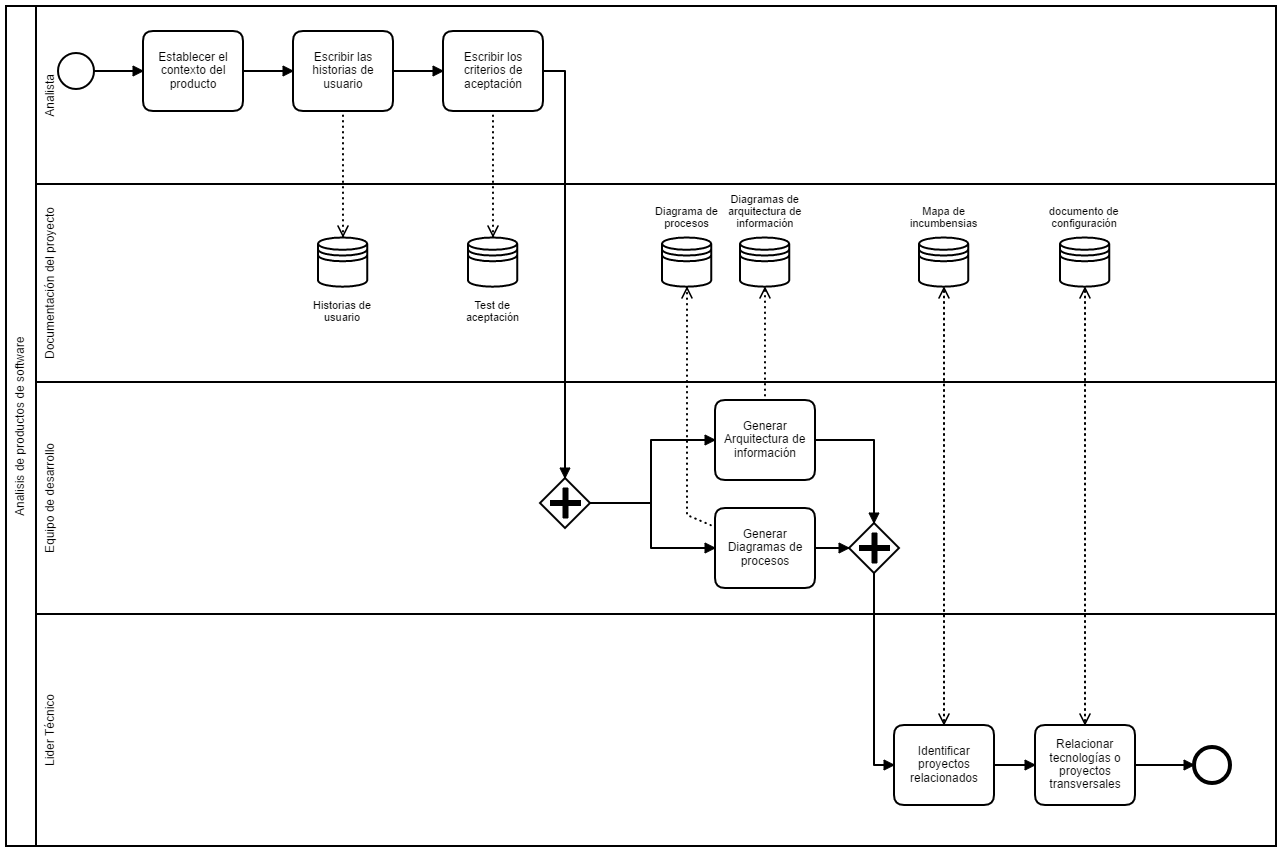
The BPMN diagram procedimientos/imagenes/analisis.png in udistrital/arquitectura_docs, before a commit. Its source is kept beside it as procedimientos/imagenes/analisis.bpmn. Ids are renumbered.
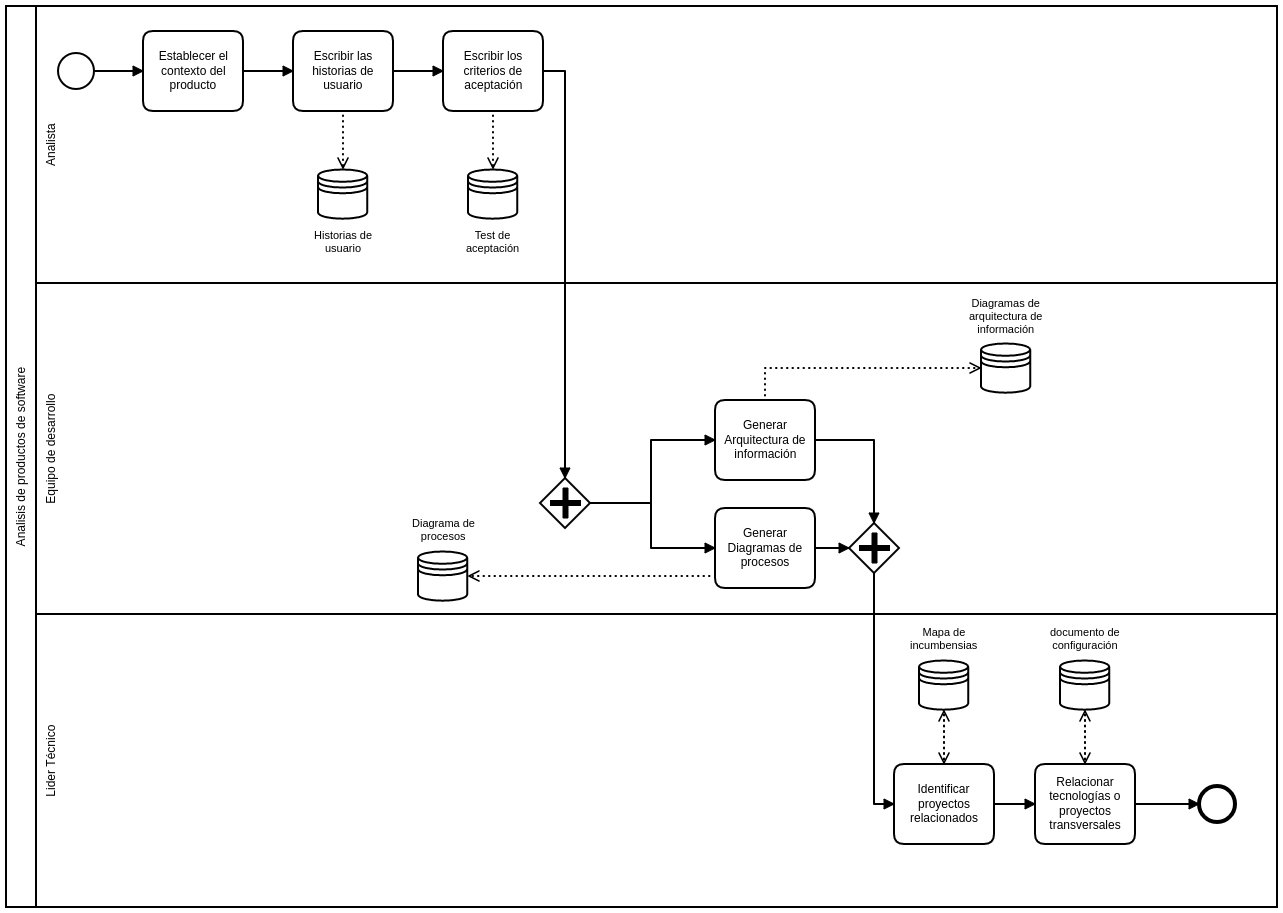
Later version of the same file.

Commit message:
actualizaciòn de la documentación de los procesos

The edit, as a diff of the source:
```diff
@@ -1,4 +1,4 @@
-<bpmn:definitions xmlns:bpmn="http://www.omg.org/spec/BPMN/20100524/MODEL" xmlns:bpmndi="http://www.omg.org/spec/BPMN/20100524/DI" xmlns:di="http://www.omg.org/spec/DD/20100524/DI" xmlns:dc="http://www.omg.org/spec/DD/20100524/DC" xmlns:camunda="http://camunda.org/schema/1.0/bpmn" id="Definitions_n1" targetNamespace="http://bpmn.io/schema/bpmn" exporter="Camunda Modeler" exporterVersion="1.14.0">
+<bpmn:definitions xmlns:bpmn="http://www.omg.org/spec/BPMN/20100524/MODEL" xmlns:bpmndi="http://www.omg.org/spec/BPMN/20100524/DI" xmlns:di="http://www.omg.org/spec/DD/20100524/DI" xmlns:dc="http://www.omg.org/spec/DD/20100524/DC" xmlns:camunda="http://camunda.org/schema/1.0/bpmn" id="Definitions_n1" targetNamespace="http://bpmn.io/schema/bpmn" exporter="Camunda Modeler" exporterVersion="1.16.2">
   <bpmn:collaboration id="Collaboration_n2">
     <bpmn:participant id="Participant_n3" name="Analisis de productos de software" processRef="Process_n4" />
   </bpmn:collaboration>
@@ -21,35 +21,7 @@
         <bpmn:flowNodeRef>Task_n17</bpmn:flowNodeRef>
         <bpmn:flowNodeRef>StartEvent_n18</bpmn:flowNodeRef>
       </bpmn:lane>
-      <bpmn:lane id="Lane_n19" name="Documentación del proyecto" />
     </bpmn:laneSet>
-    <bpmn:task id="Task_n11" name="Identificar proyectos relacionados">
-      <bpmn:incoming>SequenceFlow_n20</bpmn:incoming>
-      <bpmn:outgoing>SequenceFlow_n21</bpmn:outgoing>
-      <bpmn:property id="Property_n22" name="__targetRef_placeholder" />
-      <bpmn:dataInputAssociation id="DataInputAssociation_n23">
-        <bpmn:sourceRef>DataStoreReference_n24</bpmn:sourceRef>
-        <bpmn:targetRef>Property_n22</bpmn:targetRef>
-      </bpmn:dataInputAssociation>
-      <bpmn:dataOutputAssociation id="DataOutputAssociation_n25">
-        <bpmn:targetRef>DataStoreReference_n24</bpmn:targetRef>
-      </bpmn:dataOutputAssociation>
-    </bpmn:task>
-    <bpmn:task id="Task_n12" name="Relacionar tecnologías o proyectos transversales">
-      <bpmn:incoming>SequenceFlow_n21</bpmn:incoming>
-      <bpmn:outgoing>SequenceFlow_n26</bpmn:outgoing>
-      <bpmn:property id="Property_n27" name="__targetRef_placeholder" />
-      <bpmn:dataInputAssociation id="DataInputAssociation_n28">
-        <bpmn:sourceRef>DataStoreReference_n29</bpmn:sourceRef>
-        <bpmn:targetRef>Property_n27</bpmn:targetRef>
-      </bpmn:dataInputAssociation>
-      <bpmn:dataOutputAssociation id="DataOutputAssociation_n30">
-        <bpmn:targetRef>DataStoreReference_n29</bpmn:targetRef>
-      </bpmn:dataOutputAssociation>
-    </bpmn:task>
-    <bpmn:endEvent id="EndEvent_n13">
-      <bpmn:incoming>SequenceFlow_n26</bpmn:incoming>
-    </bpmn:endEvent>
     <bpmn:task id="Task_n6" name="Generar Diagramas de procesos">
       <bpmn:extensionElements>
         <camunda:properties>
@@ -95,10 +67,6 @@
       <bpmn:outgoing>SequenceFlow_n38</bpmn:outgoing>
     </bpmn:startEvent>
     <bpmn:sequenceFlow id="SequenceFlow_n38" sourceRef="StartEvent_n18" targetRef="Task_n15" />
-    <bpmn:dataStoreReference id="DataStoreReference_n44" name="Test de aceptación" />
-    <bpmn:dataStoreReference id="DataStoreReference_n24" name="Mapa de incumbensias" />
-    <bpmn:dataStoreReference id="DataStoreReference_n29" name="documento de configuración" />
-    <bpmn:dataStoreReference id="DataStoreReference_n42" name="Historias de usuario" />
     <bpmn:parallelGateway id="ExclusiveGateway_n7">
       <bpmn:incoming>SequenceFlow_n35</bpmn:incoming>
       <bpmn:outgoing>SequenceFlow_n36</bpmn:outgoing>
@@ -111,41 +79,72 @@
         <bpmn:targetRef>DataStoreReference_n46</bpmn:targetRef>
       </bpmn:dataOutputAssociation>
     </bpmn:task>
-    <bpmn:dataStoreReference id="DataStoreReference_n34" name="Diagrama de procesos" />
-    <bpmn:dataStoreReference id="DataStoreReference_n46" name="Diagramas de arquitectura de información" />
     <bpmn:parallelGateway id="ExclusiveGateway_n9">
       <bpmn:incoming>SequenceFlow_n37</bpmn:incoming>
       <bpmn:incoming>SequenceFlow_n32</bpmn:incoming>
       <bpmn:outgoing>SequenceFlow_n20</bpmn:outgoing>
     </bpmn:parallelGateway>
+    <bpmn:dataStoreReference id="DataStoreReference_n34" name="Diagrama de procesos" />
+    <bpmn:dataStoreReference id="DataStoreReference_n44" name="Test de aceptación" />
+    <bpmn:dataStoreReference id="DataStoreReference_n42" name="Historias de usuario" />
+    <bpmn:dataStoreReference id="DataStoreReference_n46" name="Diagramas de arquitectura de información" />
+    <bpmn:task id="Task_n11" name="Identificar proyectos relacionados">
+      <bpmn:incoming>SequenceFlow_n20</bpmn:incoming>
+      <bpmn:outgoing>SequenceFlow_n21</bpmn:outgoing>
+      <bpmn:property id="Property_n22" name="__targetRef_placeholder" />
+      <bpmn:dataInputAssociation id="DataInputAssociation_n23">
+        <bpmn:sourceRef>DataStoreReference_n24</bpmn:sourceRef>
+        <bpmn:targetRef>Property_n22</bpmn:targetRef>
+      </bpmn:dataInputAssociation>
+      <bpmn:dataOutputAssociation id="DataOutputAssociation_n25">
+        <bpmn:targetRef>DataStoreReference_n24</bpmn:targetRef>
+      </bpmn:dataOutputAssociation>
+    </bpmn:task>
+    <bpmn:task id="Task_n12" name="Relacionar tecnologías o proyectos transversales">
+      <bpmn:incoming>SequenceFlow_n21</bpmn:incoming>
+      <bpmn:outgoing>SequenceFlow_n26</bpmn:outgoing>
+      <bpmn:property id="Property_n27" name="__targetRef_placeholder" />
+      <bpmn:dataInputAssociation id="DataInputAssociation_n28">
+        <bpmn:sourceRef>DataStoreReference_n29</bpmn:sourceRef>
+        <bpmn:targetRef>Property_n27</bpmn:targetRef>
+      </bpmn:dataInputAssociation>
+      <bpmn:dataOutputAssociation id="DataOutputAssociation_n30">
+        <bpmn:targetRef>DataStoreReference_n29</bpmn:targetRef>
+      </bpmn:dataOutputAssociation>
+    </bpmn:task>
+    <bpmn:endEvent id="EndEvent_n13">
+      <bpmn:incoming>SequenceFlow_n26</bpmn:incoming>
+    </bpmn:endEvent>
+    <bpmn:dataStoreReference id="DataStoreReference_n29" name="documento de configuración" />
+    <bpmn:dataStoreReference id="DataStoreReference_n24" name="Mapa de incumbensias" />
   </bpmn:process>
   <bpmndi:BPMNDiagram id="BPMNDiagram_1">
     <bpmndi:BPMNPlane id="BPMNPlane_1" bpmnElement="Collaboration_n2">
       <bpmndi:BPMNShape id="Participant_n3_di" bpmnElement="Participant_n3">
-        <dc:Bounds x="268" y="-879" width="1270" height="840" />
+        <dc:Bounds x="268" y="-879" width="1271" height="901" />
       </bpmndi:BPMNShape>
       <bpmndi:BPMNShape id="Task_n15_di" bpmnElement="Task_n15">
         <dc:Bounds x="405" y="-854" width="100" height="80" />
       </bpmndi:BPMNShape>
       <bpmndi:BPMNShape id="DataStoreReference_n42_di" bpmnElement="DataStoreReference_n42">
-        <dc:Bounds x="580" y="-648" width="50" height="50" />
+        <dc:Bounds x="580" y="-716" width="50" height="50" />
         <bpmndi:BPMNLabel>
-          <dc:Bounds x="575" y="-588" width="59" height="24" />
+          <dc:Bounds x="576" y="-656" width="58" height="27" />
         </bpmndi:BPMNLabel>
       </bpmndi:BPMNShape>
       <bpmndi:BPMNEdge id="DataOutputAssociation_n41_di" bpmnElement="DataOutputAssociation_n41">
         <di:waypoint x="605" y="-774" />
-        <di:waypoint x="605" y="-648" />
+        <di:waypoint x="605" y="-716" />
       </bpmndi:BPMNEdge>
       <bpmndi:BPMNShape id="DataStoreReference_n44_di" bpmnElement="DataStoreReference_n44">
-        <dc:Bounds x="730" y="-648" width="50" height="50" />
+        <dc:Bounds x="730" y="-716" width="50" height="50" />
         <bpmndi:BPMNLabel>
-          <dc:Bounds x="728" y="-588" width="54" height="24" />
+          <dc:Bounds x="728" y="-656" width="54" height="27" />
         </bpmndi:BPMNLabel>
       </bpmndi:BPMNShape>
       <bpmndi:BPMNEdge id="DataOutputAssociation_n43_di" bpmnElement="DataOutputAssociation_n43">
         <di:waypoint x="755" y="-774" />
-        <di:waypoint x="755" y="-648" />
+        <di:waypoint x="755" y="-716" />
       </bpmndi:BPMNEdge>
       <bpmndi:BPMNShape id="Task_n16_di" bpmnElement="Task_n16">
         <dc:Bounds x="555" y="-854" width="100" height="80" />
@@ -182,44 +181,44 @@
         </bpmndi:BPMNLabel>
       </bpmndi:BPMNEdge>
       <bpmndi:BPMNShape id="Lane_n14_di" bpmnElement="Lane_n14">
-        <dc:Bounds x="298" y="-879" width="1240" height="178" />
+        <dc:Bounds x="298" y="-879" width="1241" height="277" />
       </bpmndi:BPMNShape>
       <bpmndi:BPMNShape id="Lane_n5_di" bpmnElement="Lane_n5">
-        <dc:Bounds x="298" y="-503" width="1240" height="232" />
+        <dc:Bounds x="298" y="-602" width="1241" height="331" />
       </bpmndi:BPMNShape>
       <bpmndi:BPMNShape id="Lane_n10_di" bpmnElement="Lane_n10">
-        <dc:Bounds x="298" y="-271" width="1240" height="232" />
+        <dc:Bounds x="298" y="-271" width="1241" height="293" />
       </bpmndi:BPMNShape>
       <bpmndi:BPMNShape id="Task_n11_di" bpmnElement="Task_n11">
-        <dc:Bounds x="1156" y="-160" width="100" height="80" />
+        <dc:Bounds x="1156" y="-121" width="100" height="80" />
       </bpmndi:BPMNShape>
       <bpmndi:BPMNEdge id="SequenceFlow_n20_di" bpmnElement="SequenceFlow_n20">
         <di:waypoint x="1136" y="-312" />
-        <di:waypoint x="1136" y="-120" />
-        <di:waypoint x="1156" y="-120" />
+        <di:waypoint x="1136" y="-81" />
+        <di:waypoint x="1156" y="-81" />
         <bpmndi:BPMNLabel>
           <dc:Bounds x="1106" y="-222" width="90" height="12" />
         </bpmndi:BPMNLabel>
       </bpmndi:BPMNEdge>
       <bpmndi:BPMNShape id="Task_n12_di" bpmnElement="Task_n12">
-        <dc:Bounds x="1297" y="-160" width="100" height="80" />
+        <dc:Bounds x="1297" y="-121" width="100" height="80" />
       </bpmndi:BPMNShape>
       <bpmndi:BPMNEdge id="SequenceFlow_n21_di" bpmnElement="SequenceFlow_n21">
-        <di:waypoint x="1256" y="-120" />
-        <di:waypoint x="1297" y="-120" />
+        <di:waypoint x="1256" y="-81" />
+        <di:waypoint x="1297" y="-81" />
         <bpmndi:BPMNLabel>
           <dc:Bounds x="1276.5" y="-141" width="0" height="12" />
         </bpmndi:BPMNLabel>
       </bpmndi:BPMNEdge>
       <bpmndi:BPMNShape id="EndEvent_n13_di" bpmnElement="EndEvent_n13">
-        <dc:Bounds x="1456" y="-138" width="36" height="36" />
+        <dc:Bounds x="1461" y="-99" width="36" height="36" />
         <bpmndi:BPMNLabel>
           <dc:Bounds x="1474" y="-98" width="0" height="12" />
         </bpmndi:BPMNLabel>
       </bpmndi:BPMNShape>
       <bpmndi:BPMNEdge id="SequenceFlow_n26_di" bpmnElement="SequenceFlow_n26">
-        <di:waypoint x="1397" y="-120" />
-        <di:waypoint x="1456" y="-120" />
+        <di:waypoint x="1397" y="-81" />
+        <di:waypoint x="1461" y="-81" />
         <bpmndi:BPMNLabel>
           <dc:Bounds x="1426.5" y="-141" width="0" height="12" />
         </bpmndi:BPMNLabel>
@@ -257,29 +256,27 @@
           <dc:Bounds x="1049" y="-358" width="90" height="12" />
         </bpmndi:BPMNLabel>
       </bpmndi:BPMNEdge>
-      <bpmndi:BPMNShape id="Lane_n19_di" bpmnElement="Lane_n19">
-        <dc:Bounds x="298" y="-701" width="1240" height="198" />
-      </bpmndi:BPMNShape>
       <bpmndi:BPMNShape id="DataStoreReference_n34_di" bpmnElement="DataStoreReference_n34">
-        <dc:Bounds x="924" y="-648" width="50" height="50" />
+        <dc:Bounds x="680" y="-334" width="50" height="50" />
         <bpmndi:BPMNLabel>
-          <dc:Bounds x="917" y="-682" width="64" height="24" />
+          <dc:Bounds x="674" y="-368" width="63" height="27" />
         </bpmndi:BPMNLabel>
       </bpmndi:BPMNShape>
       <bpmndi:BPMNShape id="DataStoreReference_n46_di" bpmnElement="DataStoreReference_n46">
-        <dc:Bounds x="1002" y="-648" width="50" height="50" />
+        <dc:Bounds x="1243" y="-542" width="50" height="50" />
         <bpmndi:BPMNLabel>
-          <dc:Bounds x="990" y="-694" width="74" height="36" />
+          <dc:Bounds x="1231" y="-588" width="74" height="40" />
         </bpmndi:BPMNLabel>
       </bpmndi:BPMNShape>
       <bpmndi:BPMNEdge id="DataOutputAssociation_n45_di" bpmnElement="DataOutputAssociation_n45">
         <di:waypoint x="1027" y="-485" />
-        <di:waypoint x="1027" y="-598" />
+        <di:waypoint x="1027" y="-517" />
+        <di:waypoint x="1243" y="-517" />
       </bpmndi:BPMNEdge>
       <bpmndi:BPMNEdge id="DataOutputAssociation_n33_di" bpmnElement="DataOutputAssociation_n33">
-        <di:waypoint x="977" y="-358" />
-        <di:waypoint x="949" y="-370" />
-        <di:waypoint x="949" y="-598" />
+        <di:waypoint x="976" y="-309" />
+        <di:waypoint x="931" y="-309" />
+        <di:waypoint x="730" y="-309" />
       </bpmndi:BPMNEdge>
       <bpmndi:BPMNShape id="StartEvent_n18_di" bpmnElement="StartEvent_n18">
         <dc:Bounds x="319.6666666666667" y="-832" width="36" height="36" />
@@ -295,24 +292,24 @@
         </bpmndi:BPMNLabel>
       </bpmndi:BPMNEdge>
       <bpmndi:BPMNShape id="DataStoreReference_n24_di" bpmnElement="DataStoreReference_n24">
-        <dc:Bounds x="1181" y="-647.9581646423752" width="50" height="50" />
+        <dc:Bounds x="1181" y="-225" width="50" height="50" />
         <bpmndi:BPMNLabel>
-          <dc:Bounds x="1172" y="-681.9581646423752" width="68" height="24" />
+          <dc:Bounds x="1172" y="-259" width="68" height="27" />
         </bpmndi:BPMNLabel>
       </bpmndi:BPMNShape>
       <bpmndi:BPMNEdge id="DataInputAssociation_n23_di" bpmnElement="DataInputAssociation_n23">
-        <di:waypoint x="1206" y="-598" />
-        <di:waypoint x="1206" y="-160" />
+        <di:waypoint x="1206" y="-175" />
+        <di:waypoint x="1206" y="-121" />
       </bpmndi:BPMNEdge>
       <bpmndi:BPMNShape id="DataStoreReference_n29_di" bpmnElement="DataStoreReference_n29">
-        <dc:Bounds x="1322" y="-648" width="50" height="50" />
+        <dc:Bounds x="1322" y="-225" width="50" height="50" />
         <bpmndi:BPMNLabel>
-          <dc:Bounds x="1311" y="-682" width="71" height="24" />
+          <dc:Bounds x="1312" y="-259" width="70" height="27" />
         </bpmndi:BPMNLabel>
       </bpmndi:BPMNShape>
       <bpmndi:BPMNEdge id="DataInputAssociation_n28_di" bpmnElement="DataInputAssociation_n28">
-        <di:waypoint x="1347" y="-598" />
-        <di:waypoint x="1347" y="-160" />
+        <di:waypoint x="1347" y="-175" />
+        <di:waypoint x="1347" y="-121" />
       </bpmndi:BPMNEdge>
       <bpmndi:BPMNShape id="ParallelGateway_06yd47i_di" bpmnElement="ExclusiveGateway_n7">
         <dc:Bounds x="802" y="-407" width="50" height="50" />
@@ -321,12 +318,12 @@
         </bpmndi:BPMNLabel>
       </bpmndi:BPMNShape>
       <bpmndi:BPMNEdge id="DataOutputAssociation_n25_di" bpmnElement="DataOutputAssociation_n25">
-        <di:waypoint x="1206" y="-160" />
-        <di:waypoint x="1206" y="-598" />
+        <di:waypoint x="1206" y="-121" />
+        <di:waypoint x="1206" y="-175" />
       </bpmndi:BPMNEdge>
       <bpmndi:BPMNEdge id="DataOutputAssociation_n30_di" bpmnElement="DataOutputAssociation_n30">
-        <di:waypoint x="1347" y="-160" />
-        <di:waypoint x="1347" y="-598" />
+        <di:waypoint x="1347" y="-121" />
+        <di:waypoint x="1347" y="-175" />
       </bpmndi:BPMNEdge>
       <bpmndi:BPMNShape id="ParallelGateway_1mhi93r_di" bpmnElement="ExclusiveGateway_n9">
         <dc:Bounds x="1111" y="-362" width="50" height="50" />
```
